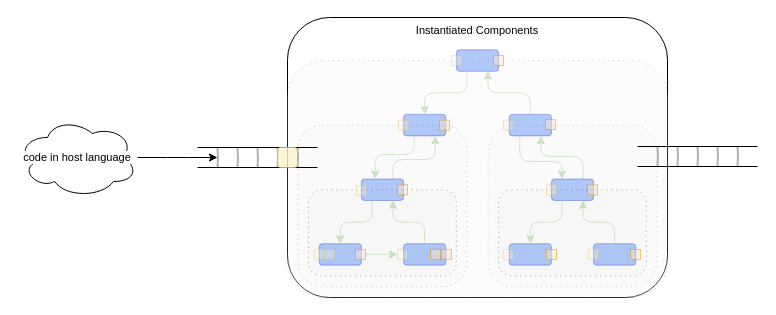
guitarvydas/onward keeps this draw.io diagram as page "4 Inject first message(s)" (5 of 10) of helloworld0d/doc/Towards DPLs.drawio. Above is the earlier version. Source tidied: cells renumbered, new cells numbered last; positions are measured from the earlier drawing's top-left corner, leaving out a move shared by most shapes. Both pictures are drawn from the tidied source at 100%, with x=0, y=0 at pixel (17, 17).
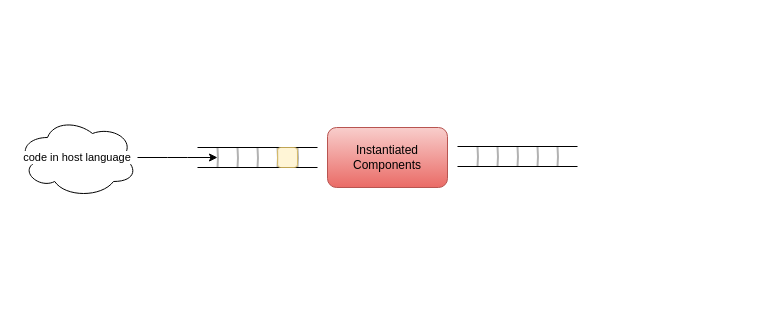
The same page after the edit.

What changed in the source:
```diff
@@
-    <mxCell id="4" value="Instantiated Components" style="rounded=1;whiteSpace=wrap;html=1;fontFamily=Helvetica;fontSize=11;fontColor=default;labelBackgroundColor=default;verticalAlign=top;" parent="1" vertex="1">
-      <mxGeometry x="270" width="380" height="280" as="geometry" />
-    </mxCell>
-    <mxCell id="5" style="rounded=1;whiteSpace=wrap;html=1;fontFamily=Helvetica;fontSize=11;fontColor=#333333;labelBackgroundColor=default;dashed=1;dashPattern=1 4;fillColor=#f5f5f5;strokeColor=#666666;opacity=40;" parent="4" vertex="1">
-      <mxGeometry x="200.6" y="107.7" width="168.9" height="161.5" as="geometry" />
-    </mxCell>
-    <mxCell id="6" style="rounded=1;whiteSpace=wrap;html=1;fontFamily=Helvetica;fontSize=11;fontColor=#333333;labelBackgroundColor=default;dashed=1;dashPattern=1 4;fillColor=#f5f5f5;strokeColor=#666666;opacity=30;" parent="4" vertex="1">
-      <mxGeometry y="43.1" width="380" height="236.9" as="geometry" />
-    </mxCell>
-    <mxCell id="7" style="rounded=1;whiteSpace=wrap;html=1;fontFamily=Helvetica;fontSize=11;fontColor=#333333;labelBackgroundColor=default;dashed=1;dashPattern=1 4;fillColor=#f5f5f5;strokeColor=#666666;opacity=40;" parent="4" vertex="1">
-      <mxGeometry x="10.6" y="107.7" width="168.9" height="161.5" as="geometry" />
-    </mxCell>
-    <mxCell id="8" style="rounded=1;whiteSpace=wrap;html=1;fontFamily=Helvetica;fontSize=11;fontColor=#333333;labelBackgroundColor=default;dashed=1;dashPattern=1 4;fillColor=#f5f5f5;strokeColor=#666666;opacity=60;" parent="4" vertex="1">
-      <mxGeometry x="211.1" y="172.3" width="147.8" height="86.2" as="geometry" />
-    </mxCell>
-    <mxCell id="9" style="rounded=1;whiteSpace=wrap;html=1;fontFamily=Helvetica;fontSize=11;fontColor=#333333;labelBackgroundColor=default;dashed=1;dashPattern=1 4;opacity=60;fillColor=#f5f5f5;strokeColor=#666666;" parent="4" vertex="1">
-      <mxGeometry x="21.1" y="172.3" width="147.8" height="86.2" as="geometry" />
-    </mxCell>
-    <mxCell id="10" style="edgeStyle=orthogonalEdgeStyle;rounded=1;jettySize=auto;html=1;exitX=0.25;exitY=1;exitDx=0;exitDy=0;entryX=0.5;entryY=0;entryDx=0;entryDy=0;curved=0;opacity=30;fillColor=#d5e8d4;strokeColor=#82b366;" parent="4" edge="1" source="12" target="14">
-      <mxGeometry relative="1" as="geometry" />
-    </mxCell>
-    <mxCell id="11" style="edgeStyle=orthogonalEdgeStyle;rounded=1;jettySize=auto;html=1;exitX=0.5;exitY=0;exitDx=0;exitDy=0;entryX=0.75;entryY=1;entryDx=0;entryDy=0;curved=0;opacity=30;fillColor=#d5e8d4;strokeColor=#82b366;" parent="4" edge="1" source="16" target="12">
-      <mxGeometry relative="1" as="geometry" />
-    </mxCell>
-    <mxCell id="12" style="rounded=1;whiteSpace=wrap;html=1;fillColor=#0050ef;fontColor=#ffffff;strokeColor=#001DBC;opacity=30;" parent="4" vertex="1">
-      <mxGeometry x="168.9" y="32.3" width="42.2" height="21.5" as="geometry" />
-    </mxCell>
-    <mxCell id="13" style="edgeStyle=orthogonalEdgeStyle;curved=0;rounded=1;jettySize=auto;html=1;exitX=0.25;exitY=1;exitDx=0;exitDy=0;entryX=0.326;entryY=-0.01;entryDx=0;entryDy=0;strokeColor=#82b366;align=center;verticalAlign=middle;fontFamily=Helvetica;fontSize=11;fontColor=default;labelBackgroundColor=default;endArrow=classic;entryPerimeter=0;opacity=30;fillColor=#d5e8d4;" parent="4" edge="1" source="14" target="19">
-      <mxGeometry relative="1" as="geometry">
-        <Array as="points">
-          <mxPoint x="127" y="137" />
-          <mxPoint x="88" y="137" />
-        </Array>
-      </mxGeometry>
-    </mxCell>
-    <mxCell id="14" style="rounded=1;whiteSpace=wrap;html=1;fillColor=#0050ef;fontColor=#ffffff;strokeColor=#001DBC;opacity=30;" parent="4" vertex="1">
-      <mxGeometry x="116.1" y="96.9" width="42.2" height="21.5" as="geometry" />
-    </mxCell>
-    <mxCell id="15" style="edgeStyle=orthogonalEdgeStyle;curved=0;rounded=1;jettySize=auto;html=1;exitX=0.25;exitY=1;exitDx=0;exitDy=0;entryX=0.25;entryY=0;entryDx=0;entryDy=0;strokeColor=#82b366;align=center;verticalAlign=middle;fontFamily=Helvetica;fontSize=11;fontColor=default;labelBackgroundColor=default;endArrow=classic;fillColor=#d5e8d4;opacity=30;" parent="4" edge="1" source="16" target="25">
-      <mxGeometry relative="1" as="geometry">
-        <Array as="points">
-          <mxPoint x="232" y="144" />
-          <mxPoint x="274" y="144" />
-        </Array>
-      </mxGeometry>
-    </mxCell>
-    <mxCell id="16" style="rounded=1;whiteSpace=wrap;html=1;fillColor=#0050ef;fontColor=#ffffff;strokeColor=#001DBC;opacity=30;" parent="4" vertex="1">
-      <mxGeometry x="221.7" y="96.9" width="42.2" height="21.5" as="geometry" />
-    </mxCell>
-    <mxCell id="17" style="edgeStyle=orthogonalEdgeStyle;rounded=1;jettySize=auto;html=1;exitX=0.25;exitY=1;exitDx=0;exitDy=0;entryX=0.5;entryY=0;entryDx=0;entryDy=0;curved=0;opacity=30;fillColor=#d5e8d4;strokeColor=#82b366;" parent="4" edge="1" source="19" target="20">
-      <mxGeometry relative="1" as="geometry" />
-    </mxCell>
-    <mxCell id="18" style="edgeStyle=orthogonalEdgeStyle;curved=0;rounded=1;jettySize=auto;html=1;exitX=0.75;exitY=0;exitDx=0;exitDy=0;entryX=0.75;entryY=1;entryDx=0;entryDy=0;strokeColor=#82b366;align=center;verticalAlign=middle;fontFamily=Helvetica;fontSize=11;fontColor=default;labelBackgroundColor=default;endArrow=classic;opacity=30;fillColor=#d5e8d4;" parent="4" edge="1" source="19" target="14">
-      <mxGeometry relative="1" as="geometry">
-        <Array as="points">
-          <mxPoint x="106" y="142" />
-          <mxPoint x="148" y="142" />
-        </Array>
-      </mxGeometry>
-    </mxCell>
-    <mxCell id="19" style="rounded=1;whiteSpace=wrap;html=1;fillColor=#0050ef;fontColor=#ffffff;strokeColor=#001DBC;opacity=30;" parent="4" vertex="1">
-      <mxGeometry x="73.9" y="161.5" width="42.2" height="21.5" as="geometry" />
-    </mxCell>
-    <mxCell id="20" style="rounded=1;whiteSpace=wrap;html=1;fillColor=#0050ef;fontColor=#ffffff;strokeColor=#001DBC;opacity=30;" parent="4" vertex="1">
-      <mxGeometry x="31.7" y="226.2" width="42.2" height="21.5" as="geometry" />
-    </mxCell>
-    <mxCell id="21" style="edgeStyle=orthogonalEdgeStyle;curved=0;rounded=1;jettySize=auto;html=1;exitX=0.5;exitY=0;exitDx=0;exitDy=0;entryX=0.75;entryY=1;entryDx=0;entryDy=0;strokeColor=#82b366;align=center;verticalAlign=middle;fontFamily=Helvetica;fontSize=11;fontColor=default;labelBackgroundColor=default;endArrow=classic;opacity=30;fillColor=#d5e8d4;" parent="4" edge="1" source="22" target="19">
-      <mxGeometry relative="1" as="geometry" />
-    </mxCell>
-    <mxCell id="22" style="rounded=1;whiteSpace=wrap;html=1;fillColor=#0050ef;fontColor=#ffffff;strokeColor=#001DBC;opacity=30;" parent="4" vertex="1">
-      <mxGeometry x="116.1" y="226.2" width="42.2" height="21.5" as="geometry" />
-    </mxCell>
-    <mxCell id="23" style="edgeStyle=orthogonalEdgeStyle;rounded=1;jettySize=auto;html=1;exitX=0.25;exitY=1;exitDx=0;exitDy=0;entryX=0.5;entryY=0;entryDx=0;entryDy=0;curved=0;opacity=30;fillColor=#d5e8d4;strokeColor=#82b366;" parent="4" edge="1" source="25" target="26">
-      <mxGeometry relative="1" as="geometry" />
-    </mxCell>
-    <mxCell id="24" style="edgeStyle=orthogonalEdgeStyle;curved=0;rounded=1;jettySize=auto;html=1;exitX=0.75;exitY=0;exitDx=0;exitDy=0;entryX=0.75;entryY=1;entryDx=0;entryDy=0;strokeColor=#82b366;align=center;verticalAlign=middle;fontFamily=Helvetica;fontSize=11;fontColor=default;labelBackgroundColor=default;endArrow=classic;fillColor=#d5e8d4;opacity=30;" parent="4" edge="1" source="25" target="16">
-      <mxGeometry relative="1" as="geometry">
-        <Array as="points">
-          <mxPoint x="296" y="139" />
-          <mxPoint x="253" y="139" />
-        </Array>
-      </mxGeometry>
-    </mxCell>
-    <mxCell id="25" style="rounded=1;whiteSpace=wrap;html=1;fillColor=#0050ef;fontColor=#ffffff;strokeColor=#001DBC;opacity=30;" parent="4" vertex="1">
-      <mxGeometry x="263.9" y="161.5" width="42.2" height="21.5" as="geometry" />
-    </mxCell>
-    <mxCell id="26" style="rounded=1;whiteSpace=wrap;html=1;fillColor=#0050ef;fontColor=#ffffff;strokeColor=#001DBC;opacity=30;" parent="4" vertex="1">
-      <mxGeometry x="221.7" y="226.2" width="42.2" height="21.5" as="geometry" />
-    </mxCell>
-    <mxCell id="27" style="edgeStyle=orthogonalEdgeStyle;curved=0;rounded=1;jettySize=auto;html=1;exitX=0.5;exitY=0;exitDx=0;exitDy=0;entryX=0.75;entryY=1;entryDx=0;entryDy=0;strokeColor=#82b366;align=center;verticalAlign=middle;fontFamily=Helvetica;fontSize=11;fontColor=default;labelBackgroundColor=default;endArrow=classic;fillColor=#d5e8d4;opacity=30;" parent="4" edge="1" source="28" target="25">
-      <mxGeometry relative="1" as="geometry" />
-    </mxCell>
-    <mxCell id="28" style="rounded=1;whiteSpace=wrap;html=1;fillColor=#0050ef;fontColor=#ffffff;strokeColor=#001DBC;opacity=30;" parent="4" vertex="1">
-      <mxGeometry x="306.1" y="226.2" width="42.2" height="21.5" as="geometry" />
-    </mxCell>
-    <mxCell id="29" style="rounded=1;whiteSpace=wrap;html=1;fontFamily=Helvetica;fontSize=11;labelBackgroundColor=default;opacity=30;arcSize=0;fillColor=#fff2cc;strokeColor=#d6b656;" parent="4" vertex="1">
-      <mxGeometry x="27" y="231.9" width="10" height="10" as="geometry" />
-    </mxCell>
-    <mxCell id="30" style="rounded=1;whiteSpace=wrap;html=1;fontFamily=Helvetica;fontSize=11;labelBackgroundColor=default;opacity=30;arcSize=0;fillColor=#fff2cc;strokeColor=#d6b656;" parent="4" vertex="1">
-      <mxGeometry x="37" y="231.9" width="10" height="10" as="geometry" />
-    </mxCell>
-    <mxCell id="31" style="rounded=1;whiteSpace=wrap;html=1;fontFamily=Helvetica;fontSize=11;labelBackgroundColor=default;opacity=30;arcSize=0;fillColor=#fff2cc;strokeColor=#d6b656;" parent="4" vertex="1">
-      <mxGeometry x="110" y="231.9" width="10" height="10" as="geometry" />
-    </mxCell>
-    <mxCell id="32" style="edgeStyle=orthogonalEdgeStyle;curved=0;rounded=1;jettySize=auto;html=1;exitX=1;exitY=0.5;exitDx=0;exitDy=0;strokeColor=#82b366;align=center;verticalAlign=middle;fontFamily=Helvetica;fontSize=11;fontColor=default;labelBackgroundColor=default;endArrow=classic;entryX=0;entryY=0.5;entryDx=0;entryDy=0;opacity=30;fillColor=#d5e8d4;" parent="4" edge="1" source="33" target="31">
-      <mxGeometry relative="1" as="geometry" />
-    </mxCell>
-    <mxCell id="33" style="rounded=1;whiteSpace=wrap;html=1;fontFamily=Helvetica;fontSize=11;labelBackgroundColor=default;fillColor=#ffe6cc;strokeColor=#d79b00;opacity=50;arcSize=0;" parent="4" vertex="1">
-      <mxGeometry x="68" y="231.9" width="10" height="10" as="geometry" />
-    </mxCell>
-    <mxCell id="34" style="rounded=1;whiteSpace=wrap;html=1;fontFamily=Helvetica;fontSize=11;labelBackgroundColor=default;fillColor=#ffe6cc;strokeColor=#d79b00;opacity=50;arcSize=0;" parent="4" vertex="1">
-      <mxGeometry x="143" y="231.9" width="10" height="10" as="geometry" />
-    </mxCell>
-    <mxCell id="35" style="rounded=1;whiteSpace=wrap;html=1;fontFamily=Helvetica;fontSize=11;labelBackgroundColor=default;fillColor=#ffe6cc;strokeColor=#d79b00;opacity=50;arcSize=0;" parent="4" vertex="1">
-      <mxGeometry x="154" y="231.9" width="10" height="10" as="geometry" />
-    </mxCell>
-    <mxCell id="36" style="rounded=1;whiteSpace=wrap;html=1;fontFamily=Helvetica;fontSize=11;labelBackgroundColor=default;fillColor=#ffe6cc;strokeColor=#d79b00;opacity=50;arcSize=0;" parent="4" vertex="1">
-      <mxGeometry x="110" y="167.3" width="10" height="10" as="geometry" />
-    </mxCell>
-    <mxCell id="37" style="rounded=1;whiteSpace=wrap;html=1;fontFamily=Helvetica;fontSize=11;labelBackgroundColor=default;fillColor=#ffe6cc;strokeColor=#d79b00;opacity=50;arcSize=0;" parent="4" vertex="1">
-      <mxGeometry x="152" y="102.7" width="10" height="10" as="geometry" />
-    </mxCell>
-    <mxCell id="38" style="rounded=1;whiteSpace=wrap;html=1;fontFamily=Helvetica;fontSize=11;labelBackgroundColor=default;fillColor=#ffe6cc;strokeColor=#d79b00;opacity=50;arcSize=0;" parent="4" vertex="1">
-      <mxGeometry x="258" y="102" width="10" height="10" as="geometry" />
-    </mxCell>
-    <mxCell id="39" style="rounded=1;whiteSpace=wrap;html=1;fontFamily=Helvetica;fontSize=11;labelBackgroundColor=default;fillColor=#ffe6cc;strokeColor=#d79b00;opacity=50;arcSize=0;" parent="4" vertex="1">
-      <mxGeometry x="300" y="167.3" width="10" height="10" as="geometry" />
-    </mxCell>
-    <mxCell id="40" style="rounded=1;whiteSpace=wrap;html=1;fontFamily=Helvetica;fontSize=11;labelBackgroundColor=default;fillColor=#ffe6cc;strokeColor=#d79b00;opacity=50;arcSize=0;" parent="4" vertex="1">
-      <mxGeometry x="259" y="232" width="10" height="10" as="geometry" />
-    </mxCell>
-    <mxCell id="41" style="rounded=1;whiteSpace=wrap;html=1;fontFamily=Helvetica;fontSize=11;labelBackgroundColor=default;fillColor=#ffe6cc;strokeColor=#d79b00;opacity=50;arcSize=0;" parent="4" vertex="1">
-      <mxGeometry x="343" y="232" width="10" height="10" as="geometry" />
-    </mxCell>
-    <mxCell id="42" style="rounded=1;whiteSpace=wrap;html=1;fontFamily=Helvetica;fontSize=11;labelBackgroundColor=default;fillColor=#ffe6cc;strokeColor=#d79b00;opacity=50;arcSize=0;" parent="4" vertex="1">
-      <mxGeometry x="206" y="38.1" width="10" height="10" as="geometry" />
-    </mxCell>
-    <mxCell id="43" style="rounded=1;whiteSpace=wrap;html=1;fontFamily=Helvetica;fontSize=11;labelBackgroundColor=default;opacity=30;arcSize=0;fillColor=#fff2cc;strokeColor=#d6b656;" parent="4" vertex="1">
-      <mxGeometry x="69" y="168" width="10" height="10" as="geometry" />
-    </mxCell>
-    <mxCell id="44" style="rounded=1;whiteSpace=wrap;html=1;fontFamily=Helvetica;fontSize=11;labelBackgroundColor=default;opacity=30;arcSize=0;fillColor=#fff2cc;strokeColor=#d6b656;" parent="4" vertex="1">
-      <mxGeometry x="111" y="102.7" width="10" height="10" as="geometry" />
-    </mxCell>
-    <mxCell id="45" style="rounded=1;whiteSpace=wrap;html=1;fontFamily=Helvetica;fontSize=11;labelBackgroundColor=default;opacity=30;arcSize=0;fillColor=#fff2cc;strokeColor=#d6b656;" parent="4" vertex="1">
-      <mxGeometry x="164" y="38.1" width="10" height="10" as="geometry" />
-    </mxCell>
-    <mxCell id="46" style="rounded=1;whiteSpace=wrap;html=1;fontFamily=Helvetica;fontSize=11;labelBackgroundColor=default;opacity=30;arcSize=0;fillColor=#fff2cc;strokeColor=#d6b656;" parent="4" vertex="1">
-      <mxGeometry x="216" y="102.7" width="10" height="10" as="geometry" />
-    </mxCell>
-    <mxCell id="47" style="rounded=1;whiteSpace=wrap;html=1;fontFamily=Helvetica;fontSize=11;labelBackgroundColor=default;opacity=30;arcSize=0;fillColor=#fff2cc;strokeColor=#d6b656;" parent="4" vertex="1">
-      <mxGeometry x="259" y="167.3" width="10" height="10" as="geometry" />
-    </mxCell>
-    <mxCell id="48" style="rounded=1;whiteSpace=wrap;html=1;fontFamily=Helvetica;fontSize=11;labelBackgroundColor=default;opacity=30;arcSize=0;fillColor=#fff2cc;strokeColor=#d6b656;" parent="4" vertex="1">
-      <mxGeometry x="216" y="232" width="10" height="10" as="geometry" />
-    </mxCell>
-    <mxCell id="49" style="rounded=1;whiteSpace=wrap;html=1;fontFamily=Helvetica;fontSize=11;labelBackgroundColor=default;opacity=30;arcSize=0;fillColor=#fff2cc;strokeColor=#d6b656;" parent="4" vertex="1">
-      <mxGeometry x="301" y="231.9" width="10" height="10" as="geometry" />
-    </mxCell>
     <mxCell id="50" style="endArrow=none;html=1;rounded=1;strokeColor=default;align=center;verticalAlign=middle;fontFamily=Helvetica;fontSize=11;fontColor=default;labelBackgroundColor=default;edgeStyle=orthogonalEdgeStyle;curved=0;" parent="1" edge="1">
       <mxGeometry relative="1" as="geometry">
-        <mxPoint x="620" y="129" as="sourcePoint" />
-        <mxPoint x="740" y="129" as="targetPoint" />
+        <mxPoint x="440" y="129" as="sourcePoint" />
+        <mxPoint x="560" y="129" as="targetPoint" />
       </mxGeometry>
     </mxCell>
     <mxCell id="51" style="endArrow=none;html=1;rounded=1;strokeColor=default;align=center;verticalAlign=middle;fontFamily=Helvetica;fontSize=11;fontColor=default;labelBackgroundColor=default;edgeStyle=orthogonalEdgeStyle;curved=0;" parent="1" edge="1">
       <mxGeometry relative="1" as="geometry">
-        <mxPoint x="620" y="149" as="sourcePoint" />
-        <mxPoint x="740" y="149" as="targetPoint" />
+        <mxPoint x="440" y="149" as="sourcePoint" />
+        <mxPoint x="560" y="149" as="targetPoint" />
       </mxGeometry>
     </mxCell>
     <mxCell id="52" style="endArrow=none;html=1;strokeWidth=2;rounded=1;strokeColor=default;align=center;verticalAlign=middle;fontFamily=Helvetica;fontSize=11;fontColor=default;labelBackgroundColor=default;edgeStyle=orthogonalEdgeStyle;curved=0;opacity=30;" parent="1" edge="1">
       <mxGeometry relative="1" as="geometry">
-        <mxPoint x="640" y="149" as="sourcePoint" />
-        <mxPoint x="640" y="129" as="targetPoint" />
+        <mxPoint x="460" y="149" as="sourcePoint" />
+        <mxPoint x="460" y="129" as="targetPoint" />
       </mxGeometry>
     </mxCell>
     <mxCell id="53" style="endArrow=none;html=1;strokeWidth=2;rounded=1;strokeColor=default;align=center;verticalAlign=middle;fontFamily=Helvetica;fontSize=11;fontColor=default;labelBackgroundColor=default;edgeStyle=orthogonalEdgeStyle;curved=0;opacity=30;" parent="1" edge="1">
       <mxGeometry relative="1" as="geometry">
-        <mxPoint x="660" y="149" as="sourcePoint" />
-        <mxPoint x="660" y="129" as="targetPoint" />
+        <mxPoint x="480" y="149" as="sourcePoint" />
+        <mxPoint x="480" y="129" as="targetPoint" />
       </mxGeometry>
     </mxCell>
     <mxCell id="54" style="endArrow=none;html=1;strokeWidth=2;rounded=1;strokeColor=default;align=center;verticalAlign=middle;fontFamily=Helvetica;fontSize=11;fontColor=default;labelBackgroundColor=default;edgeStyle=orthogonalEdgeStyle;curved=0;opacity=30;" parent="1" edge="1">
       <mxGeometry relative="1" as="geometry">
-        <mxPoint x="680" y="149" as="sourcePoint" />
-        <mxPoint x="680" y="129" as="targetPoint" />
+        <mxPoint x="500" y="149" as="sourcePoint" />
+        <mxPoint x="500" y="129" as="targetPoint" />
       </mxGeometry>
     </mxCell>
     <mxCell id="55" style="endArrow=none;html=1;strokeWidth=2;rounded=1;strokeColor=default;align=center;verticalAlign=middle;fontFamily=Helvetica;fontSize=11;fontColor=default;labelBackgroundColor=default;edgeStyle=orthogonalEdgeStyle;curved=0;opacity=30;" parent="1" edge="1">
       <mxGeometry relative="1" as="geometry">
-        <mxPoint x="700" y="149" as="sourcePoint" />
-        <mxPoint x="700" y="129" as="targetPoint" />
+        <mxPoint x="520" y="149" as="sourcePoint" />
+        <mxPoint x="520" y="129" as="targetPoint" />
       </mxGeometry>
     </mxCell>
     <mxCell id="56" style="endArrow=none;html=1;strokeWidth=2;rounded=1;strokeColor=default;align=center;verticalAlign=middle;fontFamily=Helvetica;fontSize=11;fontColor=default;labelBackgroundColor=default;edgeStyle=orthogonalEdgeStyle;curved=0;opacity=30;" parent="1" edge="1">
       <mxGeometry relative="1" as="geometry">
-        <mxPoint x="720" y="149" as="sourcePoint" />
-        <mxPoint x="720" y="129" as="targetPoint" />
+        <mxPoint x="540" y="149" as="sourcePoint" />
+        <mxPoint x="540" y="129" as="targetPoint" />
       </mxGeometry>
     </mxCell>
@@
+    <mxCell id="4" value="Instantiated Components" style="rounded=1;whiteSpace=wrap;html=1;fillColor=#f8cecc;strokeColor=#b85450;gradientColor=#ea6b66;" parent="1" vertex="1">
+      <mxGeometry x="310" y="110" width="120" height="60" as="geometry" />
+    </mxCell>
```
